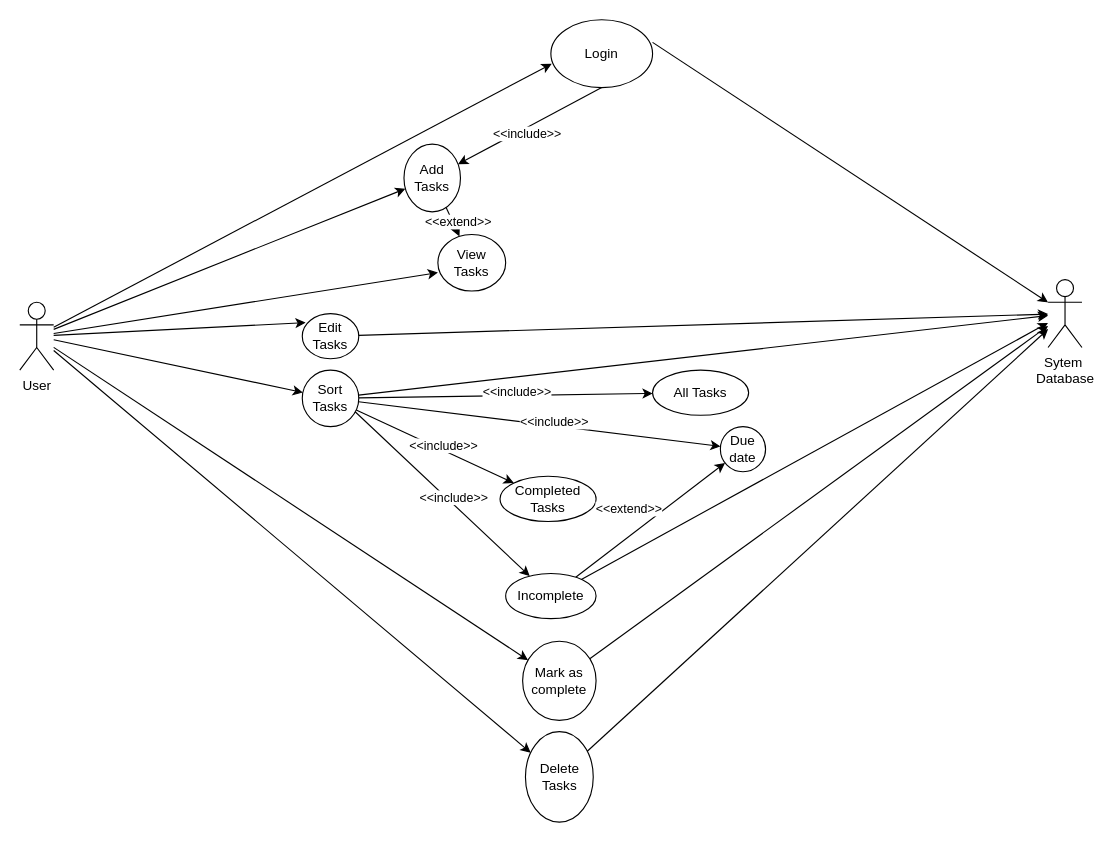
Earlier version of the draw.io diagram Task Manager Case.drawio (Giresse097/Giresse097). Source tidied: cells renumbered, new cells numbered last; positions are measured from the earlier drawing's top-left corner, leaving out a move shared by most shapes. Both pictures are drawn from the tidied source at 113%, with x=0, y=0 at pixel (19, 19).
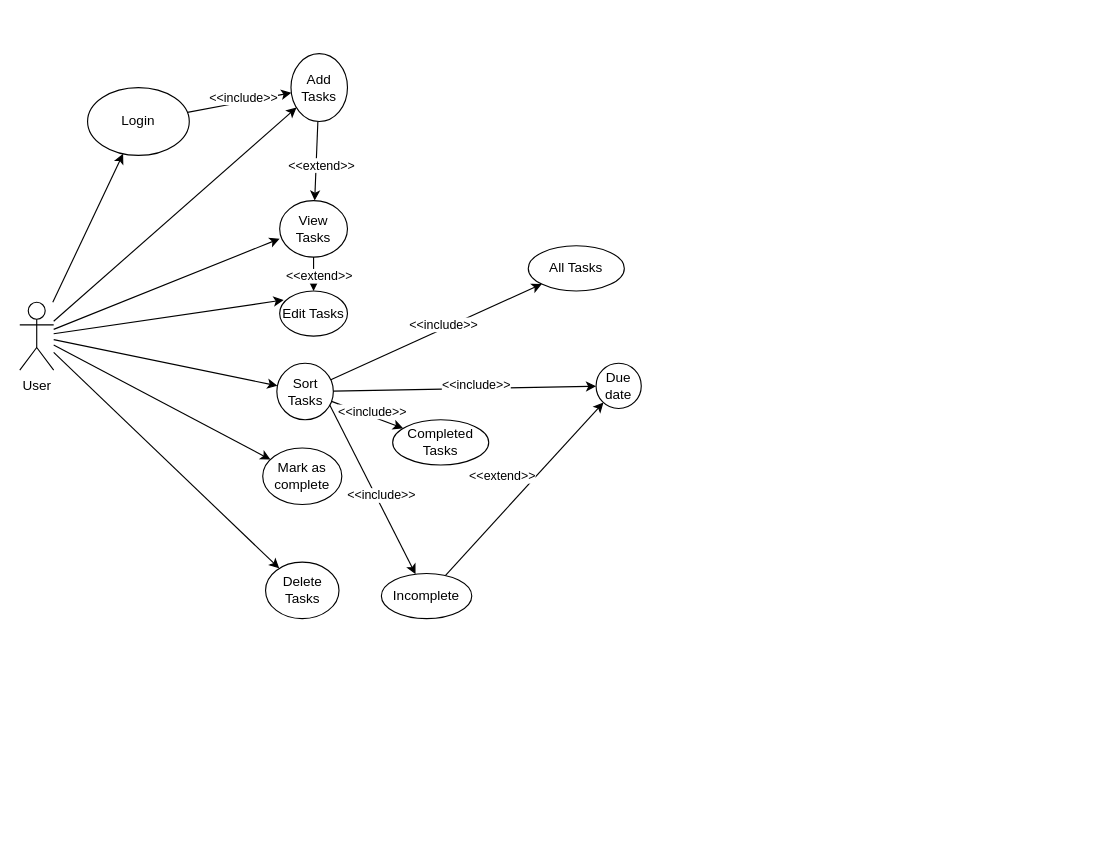
Above is the later version.

The change refers to these unchanged cells:
```xml
<mxCell id="2" value="User" style="shape=umlActor;verticalLabelPosition=bottom;verticalAlign=top;html=1;outlineConnect=0;" parent="1" vertex="1">
  <mxGeometry y="250" width="30" height="60" as="geometry" />
</mxCell>
```

Diff of the diagram source:
```diff
@@
     <mxCell id="3" value="Login" style="ellipse;whiteSpace=wrap;html=1;" parent="1" vertex="1">
-      <mxGeometry x="470" width="90" height="60" as="geometry" />
+      <mxGeometry x="60" y="60" width="90" height="60" as="geometry" />
     </mxCell>
     <mxCell id="4" value="Add Tasks" style="ellipse;whiteSpace=wrap;html=1;" parent="1" vertex="1">
-      <mxGeometry x="340" y="110" width="50" height="60" as="geometry" />
+      <mxGeometry x="240" y="30" width="50" height="60" as="geometry" />
     </mxCell>
     <mxCell id="5" value="View Tasks" style="ellipse;whiteSpace=wrap;html=1;" parent="1" vertex="1">
-      <mxGeometry x="370" y="190" width="60" height="50" as="geometry" />
+      <mxGeometry x="230" y="160" width="60" height="50" as="geometry" />
     </mxCell>
     <mxCell id="6" value="Edit Tasks" style="ellipse;whiteSpace=wrap;html=1;" parent="1" vertex="1">
-      <mxGeometry x="250" y="260" width="50" height="40" as="geometry" />
+      <mxGeometry x="230" y="240" width="60" height="40" as="geometry" />
     </mxCell>
     <mxCell id="7" value="Delete Tasks" style="ellipse;whiteSpace=wrap;html=1;" parent="1" vertex="1">
-      <mxGeometry x="447.5" y="630" width="60" height="80" as="geometry" />
+      <mxGeometry x="217.5" y="480" width="65" height="50" as="geometry" />
     </mxCell>
     <mxCell id="8" value="Sort Tasks" style="ellipse;whiteSpace=wrap;html=1;" parent="1" vertex="1">
-      <mxGeometry x="250" y="310" width="50" height="50" as="geometry" />
+      <mxGeometry x="227.5" y="304" width="50" height="50" as="geometry" />
     </mxCell>
-    <mxCell id="9" value="Sytem&amp;nbsp;&lt;div&gt;Database&lt;/div&gt;" style="shape=umlActor;verticalLabelPosition=bottom;verticalAlign=top;html=1;outlineConnect=0;" parent="1" vertex="1">
-      <mxGeometry x="910" y="230" width="30" height="60" as="geometry" />
-    </mxCell>
-    <mxCell id="10" style="endArrow=classic;html=1;rounded=0;entryX=0.008;entryY=0.65;entryDx=0;entryDy=0;entryPerimeter=0;" parent="1" edge="1" source="2" target="3">
+    <mxCell id="10" style="endArrow=classic;html=1;rounded=0;" parent="1" edge="1" source="2" target="3">
       <mxGeometry relative="1" as="geometry" />
     </mxCell>
-    <mxCell id="11" style="endArrow=classic;html=1;rounded=0;" parent="1" edge="1" target="9">
-      <mxGeometry relative="1" as="geometry">
-        <mxPoint x="560" y="20" as="sourcePoint" />
-      </mxGeometry>
-    </mxCell>
@@
-    <mxCell id="17" style="endArrow=classic;html=1;rounded=0;exitX=0.5;exitY=1;exitDx=0;exitDy=0;" parent="1" edge="1" source="3" target="4">
+    <mxCell id="17" style="endArrow=classic;html=1;rounded=0;" parent="1" edge="1" source="3" target="4">
       <mxGeometry relative="1" as="geometry" />
     </mxCell>
@@
-    <mxCell id="21" style="endArrow=classic;html=1;rounded=0;" parent="1" edge="1" source="7" target="9">
-      <mxGeometry relative="1" as="geometry" />
-    </mxCell>
-    <mxCell id="22" style="endArrow=classic;html=1;rounded=0;" parent="1" edge="1" source="6" target="9">
-      <mxGeometry relative="1" as="geometry" />
-    </mxCell>
     <mxCell id="23" value="Mark as complete" style="ellipse;whiteSpace=wrap;html=1;" parent="1" vertex="1">
-      <mxGeometry x="445" y="550" width="65" height="70" as="geometry" />
+      <mxGeometry x="215" y="379" width="70" height="50" as="geometry" />
     </mxCell>
@@
-    <mxCell id="25" style="endArrow=classic;html=1;rounded=0;" parent="1" edge="1" source="41" target="9">
-      <mxGeometry relative="1" as="geometry" />
-    </mxCell>
-    <mxCell id="26" style="endArrow=classic;html=1;rounded=0;" parent="1" edge="1" source="8" target="9">
-      <mxGeometry relative="1" as="geometry" />
-    </mxCell>
     <mxCell id="27" value="All Tasks" style="ellipse;whiteSpace=wrap;html=1;" parent="1" vertex="1">
-      <mxGeometry x="560" y="310" width="85" height="40" as="geometry" />
+      <mxGeometry x="450" y="200" width="85" height="40" as="geometry" />
     </mxCell>
     <mxCell id="28" value="Completed&lt;div&gt;Tasks&lt;/div&gt;" style="ellipse;whiteSpace=wrap;html=1;" parent="1" vertex="1">
-      <mxGeometry x="425" y="404" width="85" height="40" as="geometry" />
+      <mxGeometry x="330" y="354" width="85" height="40" as="geometry" />
     </mxCell>
@@
     <mxCell id="35" value="Due date" style="ellipse;whiteSpace=wrap;html=1;" parent="1" vertex="1">
-      <mxGeometry x="620" y="360" width="40" height="40" as="geometry" />
+      <mxGeometry x="510" y="304" width="40" height="40" as="geometry" />
     </mxCell>
@@
-    <mxCell id="40" style="endArrow=classic;html=1;rounded=0;" parent="1" edge="1" source="23" target="9">
-      <mxGeometry relative="1" as="geometry" />
-    </mxCell>
     <mxCell id="41" value="Incomplete" style="ellipse;whiteSpace=wrap;html=1;" parent="1" vertex="1">
-      <mxGeometry x="430" y="490" width="80" height="40" as="geometry" />
+      <mxGeometry x="320" y="490" width="80" height="40" as="geometry" />
     </mxCell>
+    <mxCell id="42" style="endArrow=classic;html=1;rounded=0;" parent="1" edge="1" source="5" target="6">
+      <mxGeometry relative="1" as="geometry" />
+    </mxCell>
+    <mxCell id="43" value="&amp;lt;&amp;lt;extend&amp;gt;&amp;gt;" style="edgeLabel;html=1;align=center;verticalAlign=middle;" parent="42" vertex="1">
+      <mxGeometry x="0.08" y="4" relative="1" as="geometry" />
+    </mxCell>
```
